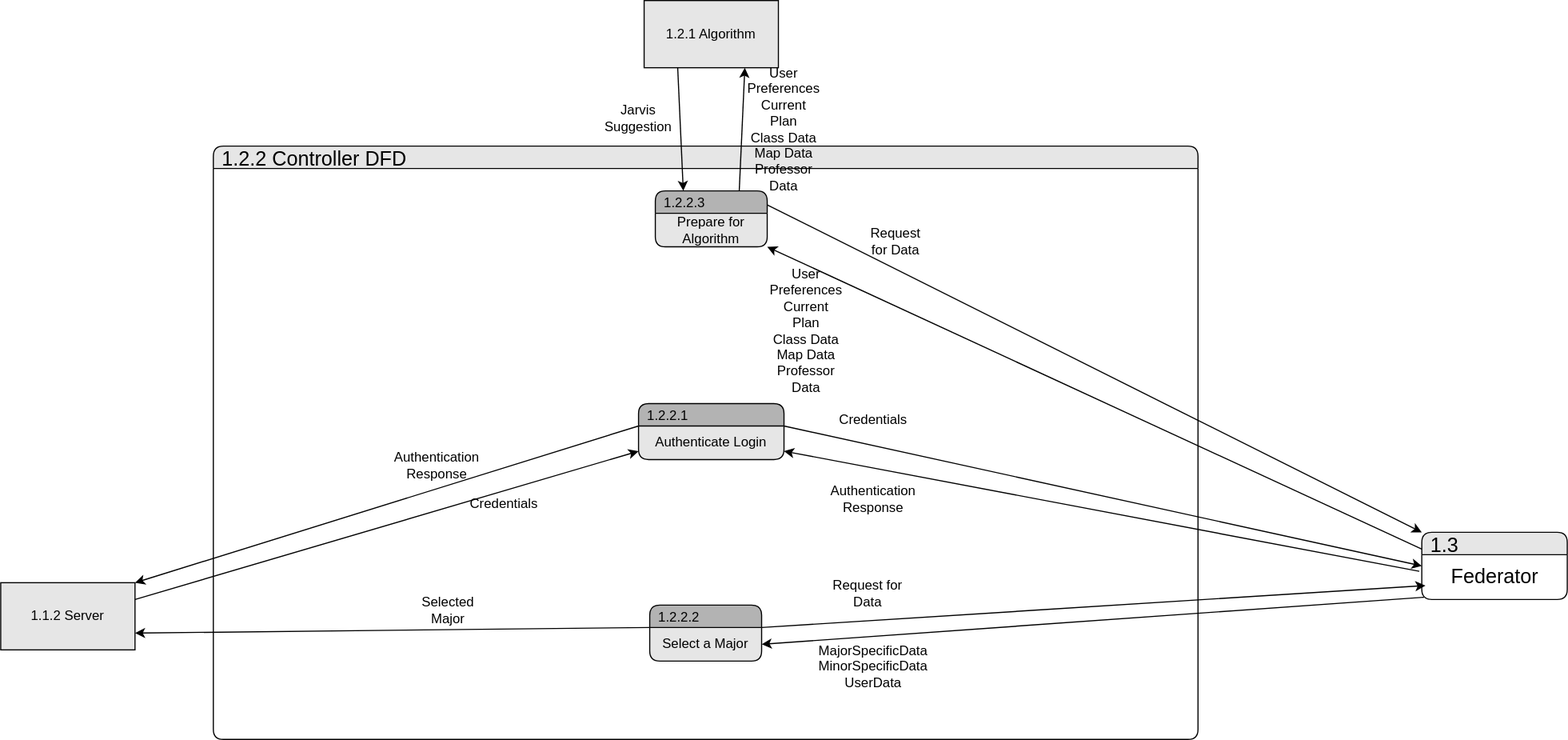
This is TeamTwoFiles/SimpleController_DFD.drawio.svg from MckennahPalmer/CSE430, a draw.io export, as it was before one commit. Source tidied: cells renumbered, new cells last; positions are measured from the earlier drawing's top-left corner, leaving out a move shared by most shapes.
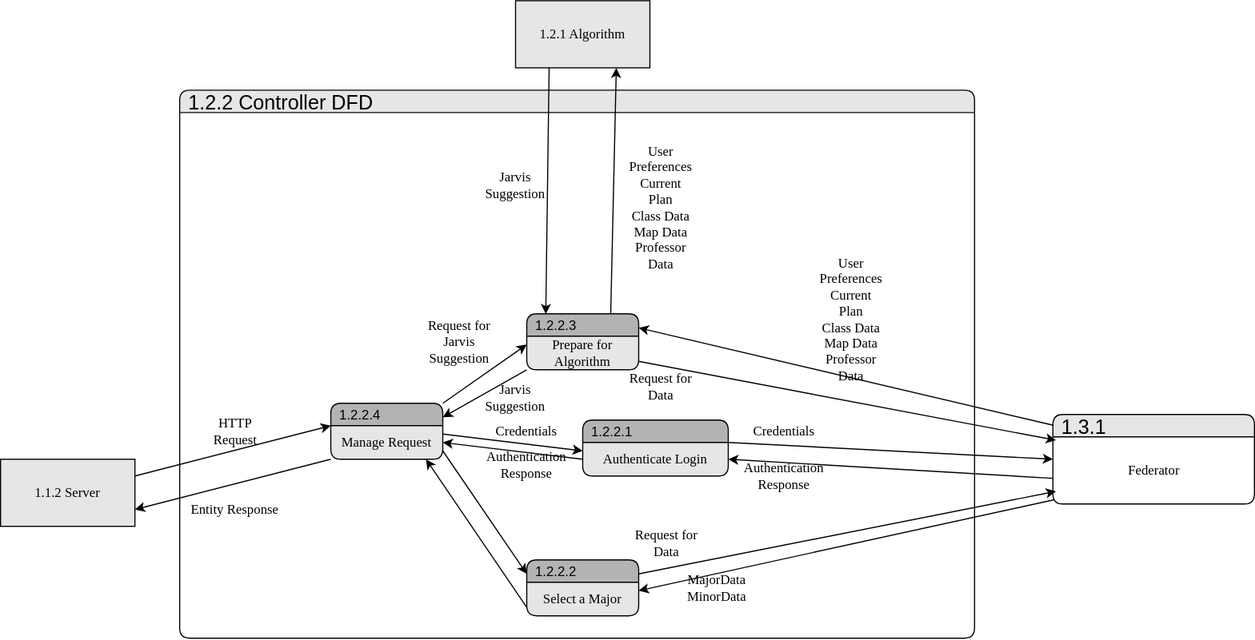
Later version of the same file.

What changed in the source:
```diff
@@ -3,103 +3,137 @@
     <mxCell id="0" />
     <mxCell id="1" parent="0" />
     <mxCell id="2" value="1.2.2 Controller DFD" style="swimlane;fontStyle=0;horizontal=1;startSize=20;fillColor=#E6E6E6;swimlaneFillColor=#FFFFFF;rounded=1;strokeColor=default;align=left;verticalAlign=middle;fontFamily=Helvetica;fontSize=18;fontColor=default;spacingLeft=6;shadow=0;" parent="1" vertex="1">
-      <mxGeometry x="190" y="130" width="880" height="530" as="geometry" />
+      <mxGeometry x="140" y="210" width="710" height="490" as="geometry" />
     </mxCell>
-    <mxCell id="3" style="edgeStyle=none;rounded=0;jettySize=auto;html=1;exitX=-0.017;exitY=0.37;exitDx=0;exitDy=0;entryX=1;entryY=0.75;entryDx=0;entryDy=0;exitPerimeter=0;" parent="1" edge="1" source="6" target="21">
+    <mxCell id="3" style="edgeStyle=none;rounded=0;jettySize=auto;html=1;exitX=0.015;exitY=0.621;exitDx=0;exitDy=0;entryX=1;entryY=0.5;entryDx=0;entryDy=0;exitPerimeter=0;" parent="1" edge="1" source="6" target="21">
       <mxGeometry relative="1" as="geometry" />
     </mxCell>
-    <mxCell id="4" style="edgeStyle=none;rounded=0;jettySize=auto;html=1;exitX=0;exitY=0.25;exitDx=0;exitDy=0;entryX=1;entryY=1;entryDx=0;entryDy=0;" parent="1" edge="1" source="5" target="27">
-      <mxGeometry relative="1" as="geometry" />
-    </mxCell>
+    <mxCell id="7" style="edgeStyle=none;rounded=0;jettySize=auto;html=1;exitX=0.015;exitY=0.931;exitDx=0;exitDy=0;entryX=1;entryY=0.25;entryDx=0;entryDy=0;exitPerimeter=0;" parent="1" edge="1" source="6" target="23">
+      <mxGeometry relative="1" as="geometry" />
+    </mxCell>
+    <mxCell id="35" style="edgeStyle=none;rounded=0;jettySize=auto;html=1;exitX=0.015;exitY=0.127;exitDx=0;exitDy=0;entryX=1;entryY=0.25;entryDx=0;entryDy=0;exitPerimeter=0;" parent="1" edge="1" source="5" target="26">
+      <mxGeometry relative="1" as="geometry" />
+    </mxCell>
-    <mxCell id="5" value="1.3" style="swimlane;fontStyle=0;horizontal=1;startSize=20;fillColor=#E6E6E6;swimlaneFillColor=#FFFFFF;rounded=1;strokeColor=default;align=left;verticalAlign=middle;fontFamily=Helvetica;fontSize=18;fontColor=default;spacingLeft=6;shadow=0;" parent="1" vertex="1">
-      <mxGeometry x="1270" y="475" width="130" height="60" as="geometry" />
+    <mxCell id="5" value="1.3.1" style="swimlane;fontStyle=0;horizontal=1;startSize=20;fillColor=#E6E6E6;swimlaneFillColor=#FFFFFF;rounded=1;strokeColor=default;align=left;verticalAlign=middle;fontFamily=Helvetica;fontSize=18;fontColor=default;spacingLeft=6;shadow=0;" parent="1" vertex="1">
+      <mxGeometry x="920" y="500" width="180" height="80" as="geometry" />
     </mxCell>
-    <mxCell id="6" value="&lt;font style=&quot;font-size: 18px;&quot;&gt;Federator&lt;/font&gt;" style="text;html=1;align=center;verticalAlign=middle;points=[];strokeColor=none;fillColor=none;" parent="5" vertex="1">
-      <mxGeometry y="20" width="130" height="40" as="geometry" />
+    <mxCell id="6" value="&lt;br&gt;&lt;font style=&quot;font-size: 12px;&quot; face=&quot;Times New Roman&quot;&gt;Federator&lt;br&gt;&lt;br&gt;&lt;/font&gt;" style="text;html=1;align=center;verticalAlign=middle;points=[];strokeColor=none;fillColor=none;" parent="5" vertex="1">
+      <mxGeometry y="20" width="180" height="60" as="geometry" />
     </mxCell>
-    <mxCell id="7" style="endArrow=classic;html=1;rounded=0;exitX=0.015;exitY=0.95;exitDx=0;exitDy=0;exitPerimeter=0;entryX=1;entryY=0.5;entryDx=0;entryDy=0;" parent="1" edge="1" source="6" target="23">
-      <mxGeometry relative="1" as="geometry" />
-    </mxCell>
-    <mxCell id="8" value="Request for Data" style="text;html=1;strokeColor=none;fillColor=none;align=center;verticalAlign=middle;whiteSpace=wrap;rounded=0;" parent="1" vertex="1">
-      <mxGeometry x="730" y="500" width="90" height="60" as="geometry" />
-    </mxCell>
-    <mxCell id="9" style="edgeStyle=none;jettySize=auto;html=1;rounded=0;entryX=0.025;entryY=0.689;entryDx=0;entryDy=0;entryPerimeter=0;exitX=1;exitY=0;exitDx=0;exitDy=0;" parent="1" edge="1" source="23" target="6">
-      <mxGeometry relative="1" as="geometry" />
-    </mxCell>
-    <mxCell id="10" style="edgeStyle=none;rounded=0;jettySize=auto;html=1;exitX=1;exitY=0.25;exitDx=0;exitDy=0;entryX=0;entryY=0.75;entryDx=0;entryDy=0;" parent="1" edge="1" source="11" target="21">
-      <mxGeometry relative="1" as="geometry" />
-    </mxCell>
+    <mxCell id="36" style="edgeStyle=none;rounded=0;jettySize=auto;html=1;exitX=1;exitY=0.25;exitDx=0;exitDy=0;entryX=0;entryY=0;entryDx=0;entryDy=0;" parent="1" edge="1" source="11" target="39">
+      <mxGeometry relative="1" as="geometry" />
+    </mxCell>
-    <mxCell id="11" value="1.1.2 Server" style="rounded=0;whiteSpace=wrap;html=1;strokeColor=default;align=center;verticalAlign=middle;fontFamily=Helvetica;fontSize=12;fontColor=default;startSize=20;fillColor=#E6E6E6;" parent="1" vertex="1">
-      <mxGeometry y="520" width="120" height="60" as="geometry" />
+    <mxCell id="11" value="&lt;font face=&quot;Times New Roman&quot;&gt;1.1.2 Server&lt;/font&gt;" style="rounded=0;whiteSpace=wrap;html=1;strokeColor=default;align=center;verticalAlign=middle;fontFamily=Helvetica;fontSize=12;fontColor=default;startSize=20;fillColor=#E6E6E6;" parent="1" vertex="1">
+      <mxGeometry x="-20" y="540" width="120" height="60" as="geometry" />
     </mxCell>
-    <mxCell id="12" style="edgeStyle=none;rounded=0;jettySize=auto;html=1;exitX=1;exitY=0;exitDx=0;exitDy=0;entryX=0;entryY=0.5;entryDx=0;entryDy=0;" parent="1" edge="1" source="21" target="5">
-      <mxGeometry relative="1" as="geometry" />
-    </mxCell>
-    <mxCell id="13" value="Credentials" style="text;html=1;align=center;verticalAlign=middle;whiteSpace=wrap;rounded=0;" parent="1" vertex="1">
-      <mxGeometry x="750" y="360" width="60" height="30" as="geometry" />
-    </mxCell>
-    <mxCell id="14" value="Authentication Response" style="text;html=1;align=center;verticalAlign=middle;whiteSpace=wrap;rounded=0;" parent="1" vertex="1">
-      <mxGeometry x="750" y="430" width="60" height="30" as="geometry" />
-    </mxCell>
-    <mxCell id="15" style="edgeStyle=none;rounded=0;jettySize=auto;html=1;exitX=0;exitY=0;exitDx=0;exitDy=0;entryX=1;entryY=0;entryDx=0;entryDy=0;" parent="1" edge="1" source="21" target="11">
-      <mxGeometry relative="1" as="geometry" />
-    </mxCell>
-    <mxCell id="16" style="edgeStyle=none;rounded=0;jettySize=auto;html=1;exitX=0;exitY=0;exitDx=0;exitDy=0;entryX=1;entryY=0.75;entryDx=0;entryDy=0;" parent="1" edge="1" source="23" target="11">
-      <mxGeometry relative="1" as="geometry" />
-    </mxCell>
-    <mxCell id="17" value="Selected Major" style="text;html=1;align=center;verticalAlign=middle;whiteSpace=wrap;rounded=0;" parent="1" vertex="1">
-      <mxGeometry x="370" y="530" width="60" height="30" as="geometry" />
-    </mxCell>
-    <mxCell id="18" value="Authentication Response" style="text;html=1;align=center;verticalAlign=middle;whiteSpace=wrap;rounded=0;" parent="1" vertex="1">
-      <mxGeometry x="360" y="400" width="60" height="30" as="geometry" />
-    </mxCell>
-    <mxCell id="19" value="Credentials" style="text;html=1;align=center;verticalAlign=middle;whiteSpace=wrap;rounded=0;" parent="1" vertex="1">
-      <mxGeometry x="420" y="435" width="60" height="30" as="geometry" />
-    </mxCell>
     <mxCell id="20" value="1.2.2.1" style="swimlane;fontStyle=0;horizontal=1;startSize=20;fillColor=#B3B3B3;swimlaneFillColor=#E6E6E6;rounded=1;strokeColor=default;align=left;verticalAlign=middle;fontFamily=Helvetica;fontSize=12;fontColor=default;spacingLeft=6;shadow=0;" parent="1" vertex="1">
-      <mxGeometry x="570" y="360" width="130" height="50" as="geometry" />
+      <mxGeometry x="500" y="505" width="130" height="50" as="geometry" />
     </mxCell>
-    <mxCell id="21" value="Authenticate Login" style="text;html=1;strokeColor=none;fillColor=none;align=center;verticalAlign=middle;whiteSpace=wrap;rounded=0;fontSize=12;fontFamily=Helvetica;fontColor=default;" parent="20" vertex="1">
+    <mxCell id="21" value="&lt;font face=&quot;Times New Roman&quot;&gt;Authenticate Login&lt;/font&gt;" style="text;html=1;strokeColor=none;fillColor=none;align=center;verticalAlign=middle;whiteSpace=wrap;rounded=0;fontSize=12;fontFamily=Helvetica;fontColor=default;" parent="20" vertex="1">
       <mxGeometry y="20" width="130" height="30" as="geometry" />
     </mxCell>
     <mxCell id="22" value="1.2.2.2" style="swimlane;fontStyle=0;horizontal=1;startSize=20;fillColor=#B3B3B3;swimlaneFillColor=#E6E6E6;rounded=1;strokeColor=default;align=left;verticalAlign=middle;fontFamily=Helvetica;fontSize=12;fontColor=default;spacingLeft=6;shadow=0;" parent="1" vertex="1">
-      <mxGeometry x="580" y="540" width="100" height="50" as="geometry" />
+      <mxGeometry x="450" y="630" width="100" height="50" as="geometry" />
     </mxCell>
-    <mxCell id="23" value="Select a Major" style="text;html=1;strokeColor=none;fillColor=none;align=center;verticalAlign=middle;whiteSpace=wrap;rounded=0;fontSize=12;fontFamily=Helvetica;fontColor=default;" parent="22" vertex="1">
+    <mxCell id="23" value="&lt;font face=&quot;Times New Roman&quot;&gt;Select a Major&lt;/font&gt;" style="text;html=1;strokeColor=none;fillColor=none;align=center;verticalAlign=middle;whiteSpace=wrap;rounded=0;fontSize=12;fontFamily=Helvetica;fontColor=default;" parent="22" vertex="1">
       <mxGeometry y="20" width="100" height="30" as="geometry" />
     </mxCell>
-    <mxCell id="24" style="edgeStyle=none;rounded=0;jettySize=auto;html=1;exitX=1;exitY=0.25;exitDx=0;exitDy=0;entryX=0;entryY=0;entryDx=0;entryDy=0;" parent="1" edge="1" source="26" target="5">
-      <mxGeometry relative="1" as="geometry" />
-    </mxCell>
     <mxCell id="25" style="edgeStyle=none;rounded=0;jettySize=auto;html=1;exitX=0.75;exitY=0;exitDx=0;exitDy=0;entryX=0.75;entryY=1;entryDx=0;entryDy=0;" parent="1" edge="1" source="26" target="31">
       <mxGeometry relative="1" as="geometry" />
     </mxCell>
     <mxCell id="26" value="1.2.2.3" style="swimlane;fontStyle=0;horizontal=1;startSize=20;fillColor=#B3B3B3;swimlaneFillColor=#E6E6E6;rounded=1;strokeColor=default;align=left;verticalAlign=middle;fontFamily=Helvetica;fontSize=12;fontColor=default;spacingLeft=6;shadow=0;" parent="1" vertex="1">
-      <mxGeometry x="585" y="170" width="100" height="50" as="geometry" />
+      <mxGeometry x="450" y="410" width="100" height="50" as="geometry" />
     </mxCell>
-    <mxCell id="27" value="Prepare for Algorithm" style="text;html=1;strokeColor=none;fillColor=none;align=center;verticalAlign=middle;whiteSpace=wrap;rounded=0;fontSize=12;fontFamily=Helvetica;fontColor=default;" parent="26" vertex="1">
+    <mxCell id="27" value="&lt;font face=&quot;Times New Roman&quot;&gt;Prepare for Algorithm&lt;/font&gt;" style="text;html=1;strokeColor=none;fillColor=none;align=center;verticalAlign=middle;whiteSpace=wrap;rounded=0;fontSize=12;fontFamily=Helvetica;fontColor=default;" parent="26" vertex="1">
       <mxGeometry y="20" width="100" height="30" as="geometry" />
     </mxCell>
-    <mxCell id="28" value="Request for Data" style="text;html=1;align=center;verticalAlign=middle;whiteSpace=wrap;rounded=0;" parent="1" vertex="1">
-      <mxGeometry x="770" y="200" width="60" height="30" as="geometry" />
-    </mxCell>
-    <mxCell id="29" value="User Preferences&lt;br&gt;Current Plan&lt;br&gt;Class Data&lt;br&gt;Map Data&lt;br&gt;Professor Data" style="text;html=1;align=center;verticalAlign=middle;whiteSpace=wrap;rounded=0;" parent="1" vertex="1">
-      <mxGeometry x="690" y="280" width="60" height="30" as="geometry" />
-    </mxCell>
-    <mxCell id="30" style="edgeStyle=none;rounded=0;jettySize=auto;html=1;exitX=0.25;exitY=1;exitDx=0;exitDy=0;entryX=0.25;entryY=0;entryDx=0;entryDy=0;" parent="1" edge="1" source="31" target="26">
+    <mxCell id="30" style="edgeStyle=none;rounded=0;jettySize=auto;html=1;exitX=0.25;exitY=1;exitDx=0;exitDy=0;entryX=0.17;entryY=0.003;entryDx=0;entryDy=0;entryPerimeter=0;" parent="1" edge="1" source="31" target="26">
       <mxGeometry relative="1" as="geometry" />
     </mxCell>
-    <mxCell id="31" value="1.2.1 Algorithm" style="rounded=0;whiteSpace=wrap;html=1;strokeColor=default;align=center;verticalAlign=middle;fontFamily=Helvetica;fontSize=12;fontColor=default;startSize=20;fillColor=#E6E6E6;" parent="1" vertex="1">
-      <mxGeometry x="575" width="120" height="60" as="geometry" />
+    <mxCell id="31" value="&lt;font face=&quot;Times New Roman&quot;&gt;1.2.1 Algorithm&lt;/font&gt;" style="rounded=0;whiteSpace=wrap;html=1;strokeColor=default;align=center;verticalAlign=middle;fontFamily=Helvetica;fontSize=12;fontColor=default;startSize=20;fillColor=#E6E6E6;" parent="1" vertex="1">
+      <mxGeometry x="440" y="130" width="120" height="60" as="geometry" />
     </mxCell>
-    <mxCell id="32" value="User Preferences&lt;br&gt;Current Plan&lt;br&gt;Class Data&lt;br&gt;Map Data&lt;br&gt;Professor Data" style="text;html=1;align=center;verticalAlign=middle;whiteSpace=wrap;rounded=0;" parent="1" vertex="1">
-      <mxGeometry x="670" y="100" width="60" height="30" as="geometry" />
+    <mxCell id="32" value="&lt;font face=&quot;Times New Roman&quot;&gt;User Preferences&lt;br&gt;Current Plan&lt;br&gt;Class Data&lt;br&gt;Map Data&lt;br&gt;Professor Data&lt;/font&gt;" style="text;html=1;align=center;verticalAlign=middle;whiteSpace=wrap;rounded=0;" parent="1" vertex="1">
+      <mxGeometry x="540" y="300" width="60" height="30" as="geometry" />
     </mxCell>
-    <mxCell id="33" value="Jarvis Suggestion" style="text;html=1;align=center;verticalAlign=middle;whiteSpace=wrap;rounded=0;" parent="1" vertex="1">
-      <mxGeometry x="540" y="90" width="60" height="30" as="geometry" />
+    <mxCell id="33" value="&lt;font face=&quot;Times New Roman&quot;&gt;Jarvis Suggestion&lt;/font&gt;" style="text;html=1;align=center;verticalAlign=middle;whiteSpace=wrap;rounded=0;" parent="1" vertex="1">
+      <mxGeometry x="410" y="280" width="60" height="30" as="geometry" />
     </mxCell>
-    <mxCell id="34" value="MajorSpecificData&lt;br&gt;MinorSpecificData&lt;br&gt;UserData" style="text;html=1;align=center;verticalAlign=middle;whiteSpace=wrap;rounded=0;" parent="1" vertex="1">
-      <mxGeometry x="750" y="580" width="60" height="30" as="geometry" />
-    </mxCell>
+    <mxCell id="37" style="edgeStyle=none;rounded=0;jettySize=auto;html=1;exitX=1;exitY=0;exitDx=0;exitDy=0;entryX=0;entryY=0.25;entryDx=0;entryDy=0;" parent="1" edge="1" source="38" target="27">
+      <mxGeometry relative="1" as="geometry" />
+    </mxCell>
+    <mxCell id="38" value="1.2.2.4" style="swimlane;fontStyle=0;horizontal=1;startSize=20;fillColor=#B3B3B3;swimlaneFillColor=#E6E6E6;rounded=1;strokeColor=default;align=left;verticalAlign=middle;fontFamily=Helvetica;fontSize=12;fontColor=default;spacingLeft=6;shadow=0;" parent="1" vertex="1">
+      <mxGeometry x="275" y="490" width="100" height="50" as="geometry" />
+    </mxCell>
+    <mxCell id="39" value="&lt;font face=&quot;Times New Roman&quot;&gt;Manage Request&lt;br&gt;&lt;/font&gt;" style="text;html=1;strokeColor=none;fillColor=none;align=center;verticalAlign=middle;whiteSpace=wrap;rounded=0;fontSize=12;fontFamily=Helvetica;fontColor=default;" parent="38" vertex="1">
+      <mxGeometry y="20" width="100" height="30" as="geometry" />
+    </mxCell>
+    <mxCell id="40" value="&lt;font face=&quot;Times New Roman&quot;&gt;HTTP Request&lt;br&gt;&lt;/font&gt;" style="text;html=1;align=center;verticalAlign=middle;whiteSpace=wrap;rounded=0;" parent="1" vertex="1">
+      <mxGeometry x="160" y="500" width="60" height="30" as="geometry" />
+    </mxCell>
+    <mxCell id="41" style="edgeStyle=none;rounded=0;jettySize=auto;html=1;exitX=0;exitY=1;exitDx=0;exitDy=0;entryX=1;entryY=0.75;entryDx=0;entryDy=0;" parent="1" edge="1" source="39" target="11">
+      <mxGeometry relative="1" as="geometry" />
+    </mxCell>
+    <mxCell id="42" value="&lt;font style=&quot;font-size: 12px;&quot; face=&quot;Times New Roman&quot;&gt;Entity Response&lt;br&gt;&lt;/font&gt;" style="edgeLabel;html=1;align=center;verticalAlign=middle;" parent="41" vertex="1">
+      <mxGeometry x="0.32" y="-1" relative="1" as="geometry">
+        <mxPoint x="28" y="16" as="offset" />
+      </mxGeometry>
+    </mxCell>
+    <mxCell id="43" style="edgeStyle=none;rounded=0;jettySize=auto;html=1;exitX=1;exitY=0.25;exitDx=0;exitDy=0;entryX=0;entryY=0.25;entryDx=0;entryDy=0;" parent="1" edge="1" source="39" target="21">
+      <mxGeometry relative="1" as="geometry" />
+    </mxCell>
+    <mxCell id="44" style="edgeStyle=none;rounded=0;jettySize=auto;html=1;exitX=1;exitY=0.75;exitDx=0;exitDy=0;entryX=0;entryY=0.25;entryDx=0;entryDy=0;" parent="1" edge="1" source="39" target="22">
+      <mxGeometry relative="1" as="geometry" />
+    </mxCell>
+    <mxCell id="12" style="edgeStyle=none;rounded=0;jettySize=auto;html=1;exitX=1;exitY=0;exitDx=0;exitDy=0;entryX=0;entryY=0.5;entryDx=0;entryDy=0;" parent="1" edge="1" source="21" target="5">
+      <mxGeometry relative="1" as="geometry" />
+    </mxCell>
+    <mxCell id="45" style="edgeStyle=none;rounded=0;jettySize=auto;html=1;exitX=1;exitY=0.25;exitDx=0;exitDy=0;entryX=0.015;entryY=0.812;entryDx=0;entryDy=0;entryPerimeter=0;" parent="1" edge="1" source="22" target="6">
+      <mxGeometry relative="1" as="geometry" />
+    </mxCell>
+    <mxCell id="46" style="edgeStyle=none;rounded=0;jettySize=auto;html=1;exitX=0;exitY=1;exitDx=0;exitDy=0;entryX=1;entryY=0.25;entryDx=0;entryDy=0;" parent="1" edge="1" source="27" target="38">
+      <mxGeometry relative="1" as="geometry" />
+    </mxCell>
+    <mxCell id="47" style="edgeStyle=none;rounded=0;jettySize=auto;html=1;exitX=0;exitY=0.5;exitDx=0;exitDy=0;entryX=1;entryY=0.5;entryDx=0;entryDy=0;" parent="1" edge="1" source="21" target="39">
+      <mxGeometry relative="1" as="geometry" />
+    </mxCell>
+    <mxCell id="48" style="edgeStyle=none;rounded=0;jettySize=auto;html=1;exitX=0;exitY=0.75;exitDx=0;exitDy=0;" parent="1" edge="1" source="23">
+      <mxGeometry relative="1" as="geometry">
+        <mxPoint x="360" y="540" as="targetPoint" />
+      </mxGeometry>
+    </mxCell>
+    <mxCell id="49" value="&lt;font face=&quot;Times New Roman&quot;&gt;Request for Jarvis Suggestion&lt;br&gt;&lt;/font&gt;" style="text;html=1;align=center;verticalAlign=middle;whiteSpace=wrap;rounded=0;" parent="1" vertex="1">
+      <mxGeometry x="360" y="420" width="60" height="30" as="geometry" />
+    </mxCell>
+    <mxCell id="50" value="&lt;font face=&quot;Times New Roman&quot;&gt;Jarvis Suggestion&lt;/font&gt;" style="text;html=1;align=center;verticalAlign=middle;whiteSpace=wrap;rounded=0;" parent="1" vertex="1">
+      <mxGeometry x="410" y="470" width="60" height="30" as="geometry" />
+    </mxCell>
+    <mxCell id="51" value="&lt;font face=&quot;Times New Roman&quot;&gt;Credentials&lt;/font&gt;" style="text;html=1;align=center;verticalAlign=middle;whiteSpace=wrap;rounded=0;" parent="1" vertex="1">
+      <mxGeometry x="420" y="500" width="60" height="30" as="geometry" />
+    </mxCell>
+    <mxCell id="52" value="&lt;font face=&quot;Times New Roman&quot;&gt;Authentication Response&lt;br&gt;&lt;/font&gt;" style="text;html=1;align=center;verticalAlign=middle;whiteSpace=wrap;rounded=0;" parent="1" vertex="1">
+      <mxGeometry x="420" y="530" width="60" height="30" as="geometry" />
+    </mxCell>
+    <mxCell id="53" value="&lt;font face=&quot;Times New Roman&quot;&gt;Authentication Response&lt;br&gt;&lt;/font&gt;" style="text;html=1;align=center;verticalAlign=middle;whiteSpace=wrap;rounded=0;" parent="1" vertex="1">
+      <mxGeometry x="650" y="540" width="60" height="30" as="geometry" />
+    </mxCell>
+    <mxCell id="54" value="&lt;font face=&quot;Times New Roman&quot;&gt;Credentials&lt;/font&gt;" style="text;html=1;align=center;verticalAlign=middle;whiteSpace=wrap;rounded=0;" parent="1" vertex="1">
+      <mxGeometry x="650" y="500" width="60" height="30" as="geometry" />
+    </mxCell>
+    <mxCell id="29" value="&lt;font face=&quot;Times New Roman&quot;&gt;User Preferences&lt;br&gt;Current Plan&lt;br&gt;Class Data&lt;br&gt;Map Data&lt;br&gt;Professor Data&lt;/font&gt;" style="text;html=1;align=center;verticalAlign=middle;whiteSpace=wrap;rounded=0;" parent="1" vertex="1">
+      <mxGeometry x="710" y="400" width="60" height="30" as="geometry" />
+    </mxCell>
+    <mxCell id="55" style="edgeStyle=none;rounded=0;jettySize=auto;html=1;exitX=1;exitY=0.75;exitDx=0;exitDy=0;entryX=0.015;entryY=0.05;entryDx=0;entryDy=0;entryPerimeter=0;" parent="1" edge="1" source="27" target="6">
+      <mxGeometry relative="1" as="geometry" />
+    </mxCell>
+    <mxCell id="56" value="&lt;font face=&quot;Times New Roman&quot;&gt;Request for Data&lt;br&gt;&lt;/font&gt;" style="text;html=1;align=center;verticalAlign=middle;whiteSpace=wrap;rounded=0;" parent="1" vertex="1">
+      <mxGeometry x="540" y="460" width="60" height="30" as="geometry" />
+    </mxCell>
+    <mxCell id="57" value="&lt;font face=&quot;Times New Roman&quot;&gt;Request for Data&lt;br&gt;&lt;/font&gt;" style="text;html=1;align=center;verticalAlign=middle;whiteSpace=wrap;rounded=0;" parent="1" vertex="1">
+      <mxGeometry x="545" y="600" width="60" height="30" as="geometry" />
+    </mxCell>
+    <mxCell id="58" value="&lt;font face=&quot;Times New Roman&quot;&gt;MajorData&lt;br&gt;MinorData&lt;br&gt;&lt;/font&gt;" style="text;html=1;align=center;verticalAlign=middle;whiteSpace=wrap;rounded=0;" parent="1" vertex="1">
+      <mxGeometry x="590" y="640" width="60" height="30" as="geometry" />
+    </mxCell>
   </root>
 </mxGraphModel>
```
